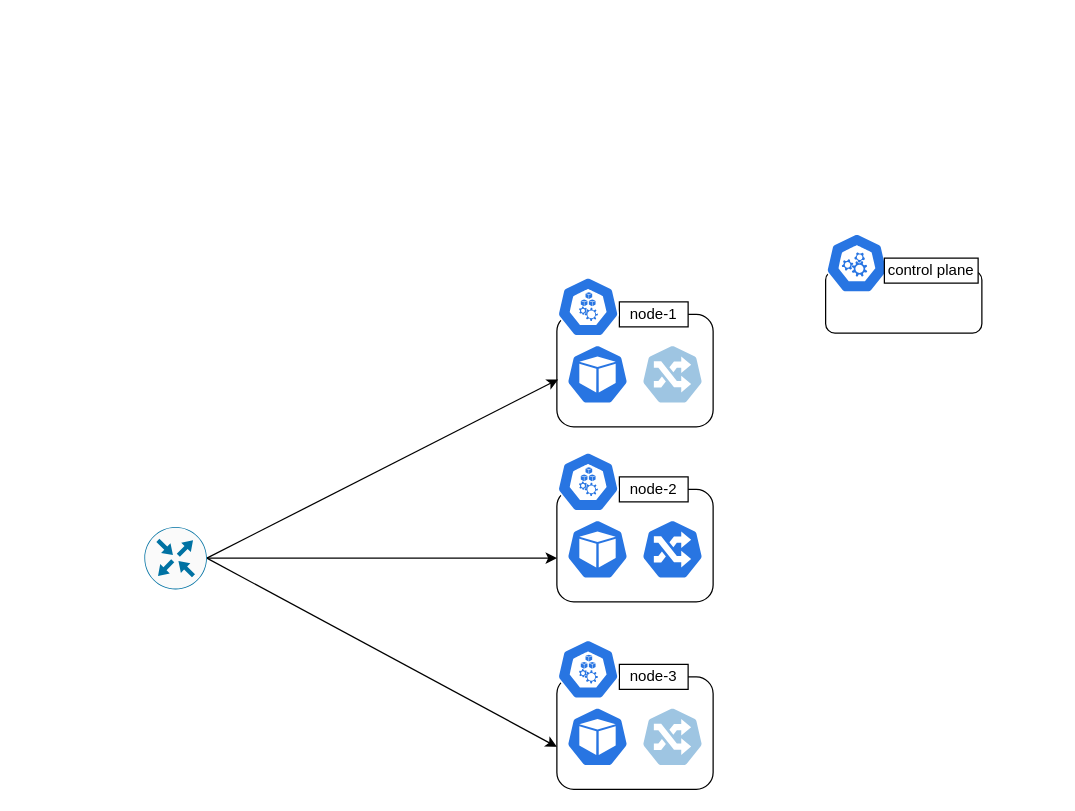
Before: draw.io/MetalLB.drawio in roy-n-roy/roy-n-roy.github.io, a draw.io diagram. Source tidied: cells renumbered, new cells numbered last; positions are measured from the earlier drawing's top-left corner, leaving out a move shared by most shapes. Both pictures are drawn from the tidied source at 125%, with x=0, y=0 at pixel (144, 232). Pictures stored in the file or linked from it are replaced by grey dashed boxes.
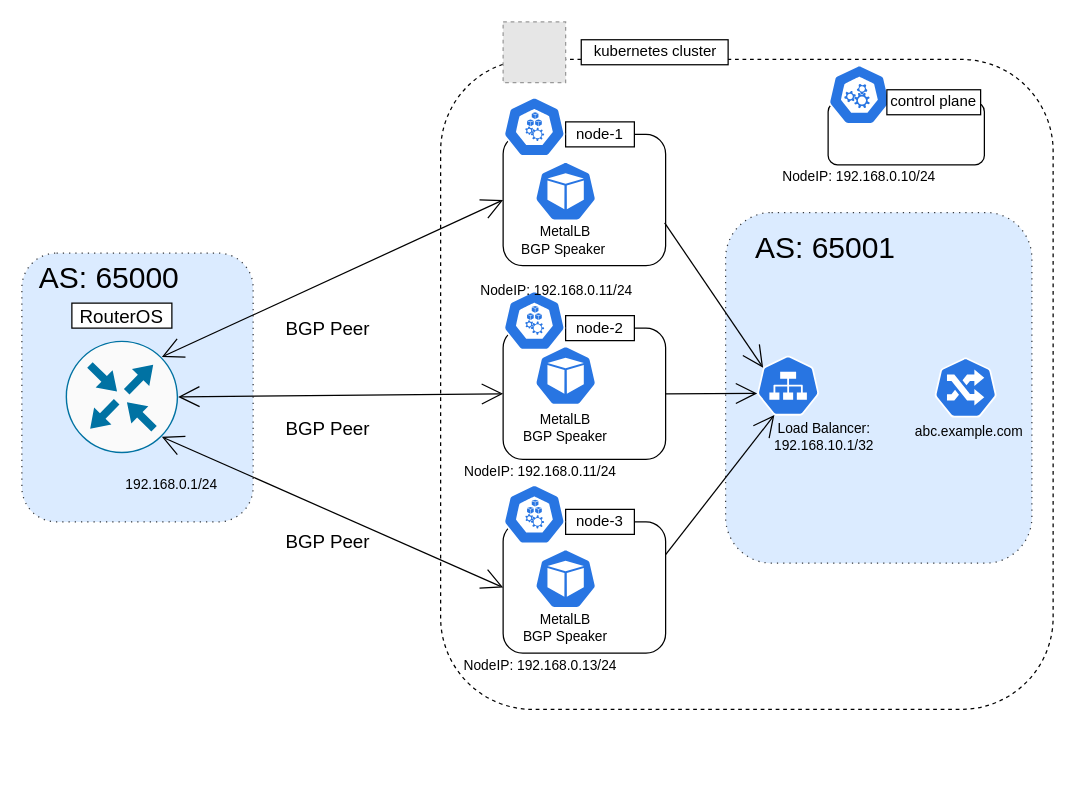
The same page after the edit.

The edit, as a diff of the source:
```diff
@@
+    <mxCell id="24" style="rounded=1;whiteSpace=wrap;html=1;fontSize=15;fillColor=none;dashed=1;" parent="1" vertex="1">
+      <mxGeometry x="237" y="-139" width="490" height="520" as="geometry" />
+    </mxCell>
+    <mxCell id="25" style="rounded=1;whiteSpace=wrap;html=1;strokeColor=#36393d;fillColor=#DBEBFF;fontSize=11;dashed=1;dashPattern=1 4;" parent="1" vertex="1">
+      <mxGeometry x="465" y="-16.5" width="245" height="280.5" as="geometry" />
+    </mxCell>
+    <mxCell id="26" style="rounded=1;whiteSpace=wrap;html=1;strokeColor=#36393d;fillColor=#DBEBFF;fontSize=11;dashed=1;dashPattern=1 4;" parent="1" vertex="1">
+      <mxGeometry x="-98" y="16" width="185" height="215" as="geometry" />
+    </mxCell>
+    <mxCell id="15" style="rounded=1;whiteSpace=wrap;html=1;fillColor=none;" parent="1" vertex="1">
+      <mxGeometry x="287" y="231" width="130" height="105" as="geometry" />
+    </mxCell>
+    <mxCell id="10" style="rounded=1;whiteSpace=wrap;html=1;fillColor=none;" parent="1" vertex="1">
+      <mxGeometry x="287" y="76" width="130" height="105" as="geometry" />
+    </mxCell>
     <mxCell id="2" style="rounded=1;whiteSpace=wrap;html=1;fillColor=none;" parent="1" vertex="1">
-      <mxGeometry x="330" y="65" width="125" height="90" as="geometry" />
+      <mxGeometry x="287" y="-79" width="130" height="105" as="geometry" />
     </mxCell>
     <mxCell id="3" style="rounded=1;whiteSpace=wrap;html=1;fillColor=none;" parent="1" vertex="1">
-      <mxGeometry x="545" y="30" width="125" height="50" as="geometry" />
+      <mxGeometry x="547" y="-104.7" width="125" height="50" as="geometry" />
     </mxCell>
-    <mxCell id="4" style="html=1;dashed=0;whitespace=wrap;fillColor=#9EC5E2;strokeColor=#ffffff;shape=mxgraph.kubernetes.icon;prIcon=ing;" parent="1" vertex="1">
-      <mxGeometry x="397.5" y="89" width="50" height="48" as="geometry" />
-    </mxCell>
     <mxCell id="5" style="html=1;dashed=0;whitespace=wrap;fillColor=#2875E2;strokeColor=#ffffff;shape=mxgraph.kubernetes.icon;prIcon=master;" parent="1" vertex="1">
-      <mxGeometry x="545" width="50" height="48" as="geometry" />
+      <mxGeometry x="547" y="-134.7" width="50" height="48" as="geometry" />
     </mxCell>
     <mxCell id="6" value="control plane" style="rounded=0;whiteSpace=wrap;html=1;fillColor=#FFFFFF;" parent="1" vertex="1">
-      <mxGeometry x="592" y="20" width="75" height="20" as="geometry" />
+      <mxGeometry x="594" y="-114.7" width="75" height="20" as="geometry" />
     </mxCell>
     <mxCell id="7" value="node-1" style="rounded=0;whiteSpace=wrap;html=1;fillColor=#FFFFFF;" parent="1" vertex="1">
-      <mxGeometry x="380" y="55" width="55" height="20" as="geometry" />
+      <mxGeometry x="337" y="-89" width="55" height="20" as="geometry" />
     </mxCell>
     <mxCell id="8" style="html=1;dashed=0;whitespace=wrap;fillColor=#2875E2;strokeColor=#ffffff;shape=mxgraph.kubernetes.icon;prIcon=node;" parent="1" vertex="1">
-      <mxGeometry x="330" y="35" width="50" height="48" as="geometry" />
+      <mxGeometry x="287" y="-109" width="50" height="48" as="geometry" />
     </mxCell>
     <mxCell id="9" style="html=1;dashed=0;whitespace=wrap;fillColor=#2875E2;strokeColor=#ffffff;shape=mxgraph.kubernetes.icon;prIcon=pod;" parent="1" vertex="1">
-      <mxGeometry x="337.5" y="89" width="50" height="48" as="geometry" />
+      <mxGeometry x="312" y="-57.5" width="50" height="48" as="geometry" />
     </mxCell>
-    <mxCell id="10" style="rounded=1;whiteSpace=wrap;html=1;fillColor=none;" parent="1" vertex="1">
-      <mxGeometry x="330" y="205" width="125" height="90" as="geometry" />
-    </mxCell>
     <mxCell id="11" style="html=1;dashed=0;whitespace=wrap;fillColor=#2875E2;strokeColor=#ffffff;shape=mxgraph.kubernetes.icon;prIcon=ing;" parent="1" vertex="1">
-      <mxGeometry x="397.5" y="229" width="50" height="48" as="geometry" />
+      <mxGeometry x="632" y="99.5" width="50" height="48" as="geometry" />
     </mxCell>
     <mxCell id="12" value="node-2" style="rounded=0;whiteSpace=wrap;html=1;fillColor=#FFFFFF;" parent="1" vertex="1">
-      <mxGeometry x="380" y="195" width="55" height="20" as="geometry" />
+      <mxGeometry x="337" y="66" width="55" height="20" as="geometry" />
     </mxCell>
     <mxCell id="13" style="html=1;dashed=0;whitespace=wrap;fillColor=#2875E2;strokeColor=#ffffff;shape=mxgraph.kubernetes.icon;prIcon=node;" parent="1" vertex="1">
-      <mxGeometry x="330" y="175" width="50" height="48" as="geometry" />
+      <mxGeometry x="287" y="46" width="50" height="48" as="geometry" />
     </mxCell>
     <mxCell id="14" style="html=1;dashed=0;whitespace=wrap;fillColor=#2875E2;strokeColor=#ffffff;shape=mxgraph.kubernetes.icon;prIcon=pod;" parent="1" vertex="1">
-      <mxGeometry x="337.5" y="229" width="50" height="48" as="geometry" />
+      <mxGeometry x="312" y="90" width="50" height="48" as="geometry" />
     </mxCell>
-    <mxCell id="15" style="rounded=1;whiteSpace=wrap;html=1;fillColor=none;" parent="1" vertex="1">
-      <mxGeometry x="330" y="355" width="125" height="90" as="geometry" />
-    </mxCell>
-    <mxCell id="16" style="html=1;dashed=0;whitespace=wrap;fillColor=#9EC5E2;strokeColor=#ffffff;shape=mxgraph.kubernetes.icon;prIcon=ing;" parent="1" vertex="1">
-      <mxGeometry x="397.5" y="379" width="50" height="48" as="geometry" />
-    </mxCell>
     <mxCell id="17" value="node-3" style="rounded=0;whiteSpace=wrap;html=1;fillColor=#FFFFFF;" parent="1" vertex="1">
-      <mxGeometry x="380" y="345" width="55" height="20" as="geometry" />
+      <mxGeometry x="337" y="221" width="55" height="20" as="geometry" />
     </mxCell>
     <mxCell id="18" style="html=1;dashed=0;whitespace=wrap;fillColor=#2875E2;strokeColor=#ffffff;shape=mxgraph.kubernetes.icon;prIcon=node;" parent="1" vertex="1">
-      <mxGeometry x="330" y="325" width="50" height="48" as="geometry" />
+      <mxGeometry x="287" y="201" width="50" height="48" as="geometry" />
     </mxCell>
     <mxCell id="19" style="html=1;dashed=0;whitespace=wrap;fillColor=#2875E2;strokeColor=#ffffff;shape=mxgraph.kubernetes.icon;prIcon=pod;" parent="1" vertex="1">
-      <mxGeometry x="337.5" y="379" width="50" height="48" as="geometry" />
+      <mxGeometry x="312" y="252.5" width="50" height="48" as="geometry" />
     </mxCell>
-    <mxCell id="20" style="rounded=0;jettySize=auto;html=1;exitX=1;exitY=0.5;exitDx=0;exitDy=0;exitPerimeter=0;entryX=0.008;entryY=0.578;entryDx=0;entryDy=0;entryPerimeter=0;" parent="1" edge="1" source="23" target="2">
+    <mxCell id="20" style="rounded=0;jettySize=auto;html=1;exitX=0.8555;exitY=0.145;exitDx=0;exitDy=0;exitPerimeter=0;startArrow=open;startFill=0;endArrow=open;endFill=0;endSize=15;startSize=15;entryX=0;entryY=0.5;entryDx=0;entryDy=0;" parent="1" edge="1" source="23" target="2">
       <mxGeometry relative="1" as="geometry" />
     </mxCell>
-    <mxCell id="21" style="rounded=0;jettySize=auto;html=1;exitX=1;exitY=0.5;exitDx=0;exitDy=0;exitPerimeter=0;entryX=0;entryY=0.611;entryDx=0;entryDy=0;entryPerimeter=0;" parent="1" edge="1" source="23" target="10">
+    <mxCell id="21" style="rounded=0;jettySize=auto;html=1;exitX=1;exitY=0.5;exitDx=0;exitDy=0;exitPerimeter=0;entryX=0;entryY=0.5;entryDx=0;entryDy=0;startArrow=open;startFill=0;endArrow=open;endFill=0;endSize=15;startSize=15;" parent="1" edge="1" source="23" target="10">
       <mxGeometry relative="1" as="geometry" />
     </mxCell>
-    <mxCell id="22" style="rounded=0;jettySize=auto;html=1;exitX=1;exitY=0.5;exitDx=0;exitDy=0;exitPerimeter=0;entryX=0;entryY=0.622;entryDx=0;entryDy=0;entryPerimeter=0;" parent="1" edge="1" source="23" target="15">
+    <mxCell id="22" style="rounded=0;jettySize=auto;html=1;exitX=0.855;exitY=0.8555;exitDx=0;exitDy=0;exitPerimeter=0;entryX=0;entryY=0.5;entryDx=0;entryDy=0;startArrow=open;startFill=0;endArrow=open;endFill=0;endSize=15;startSize=15;" parent="1" edge="1" source="23" target="15">
       <mxGeometry relative="1" as="geometry" />
     </mxCell>
     <mxCell id="23" style="points=[[0.5,0,0],[1,0.5,0],[0.5,1,0],[0,0.5,0],[0.145,0.145,0],[0.8555,0.145,0],[0.855,0.8555,0],[0.145,0.855,0]];verticalLabelPosition=bottom;html=1;verticalAlign=top;align=center;shape=mxgraph.cisco19.rect;prIcon=router;fillColor=#FAFAFA;strokeColor=#0072A3;" parent="1" vertex="1">
-      <mxGeometry y="235" width="50" height="50" as="geometry" />
+      <mxGeometry x="-63" y="86" width="90" height="90" as="geometry" />
     </mxCell>
+    <mxCell id="27" value="BGP Peer" style="text;html=1;strokeColor=none;fillColor=none;align=center;verticalAlign=middle;whiteSpace=wrap;rounded=0;fontSize=15;" parent="1" vertex="1">
+      <mxGeometry x="107" y="146" width="80" height="20" as="geometry" />
+    </mxCell>
+    <mxCell id="28" value="BGP Peer" style="text;html=1;strokeColor=none;fillColor=none;align=center;verticalAlign=middle;whiteSpace=wrap;rounded=0;fontSize=15;" parent="1" vertex="1">
+      <mxGeometry x="107" y="236" width="80" height="20" as="geometry" />
+    </mxCell>
+    <mxCell id="29" value="BGP Peer" style="text;html=1;strokeColor=none;fillColor=none;align=center;verticalAlign=middle;whiteSpace=wrap;rounded=0;fontSize=15;" parent="1" vertex="1">
+      <mxGeometry x="107" y="66" width="80" height="20" as="geometry" />
+    </mxCell>
+    <mxCell id="30" style="fillColor=#E6E6E6;strokeColor=#999999;dashed=1;verticalLabelPosition=bottom;verticalAlign=top;fontSize=15;" parent="1" vertex="1">
+      <mxGeometry x="287" y="-169" width="50" height="48.6" as="geometry" />
+    </mxCell>
+    <mxCell id="31" value="kubernetes cluster" style="rounded=0;whiteSpace=wrap;html=1;fillColor=#FFFFFF;" parent="1" vertex="1">
+      <mxGeometry x="349.5" y="-154.7" width="117.5" height="20" as="geometry" />
+    </mxCell>
+    <mxCell id="32" value="RouterOS" style="text;html=1;strokeColor=#000000;fillColor=#ffffff;align=center;verticalAlign=middle;whiteSpace=wrap;rounded=0;fontSize=15;" parent="1" vertex="1">
+      <mxGeometry x="-58" y="56" width="80" height="20" as="geometry" />
+    </mxCell>
+    <mxCell id="33" value="192.168.0.1/24" style="text;html=1;strokeColor=none;fillColor=none;align=center;verticalAlign=middle;whiteSpace=wrap;rounded=0;fontSize=11;" parent="1" vertex="1">
+      <mxGeometry x="-13" y="191" width="70" height="20" as="geometry" />
+    </mxCell>
+    <mxCell id="34" value="abc.example.com" style="text;html=1;strokeColor=none;fillColor=none;align=center;verticalAlign=middle;whiteSpace=wrap;rounded=0;fontSize=11;" parent="1" vertex="1">
+      <mxGeometry x="610" y="151" width="100" height="15" as="geometry" />
+    </mxCell>
+    <mxCell id="35" style="html=1;dashed=0;whitespace=wrap;fillColor=#2875E2;strokeColor=#ffffff;points=[[0.005,0.63,0],[0.1,0.2,0],[0.9,0.2,0],[0.5,0,0],[0.995,0.63,0],[0.72,0.99,0],[0.5,1,0],[0.28,0.99,0]];shape=mxgraph.kubernetes.icon;prIcon=svc;fontSize=11;" parent="1" vertex="1">
+      <mxGeometry x="490" y="98" width="50" height="48" as="geometry" />
+    </mxCell>
+    <mxCell id="36" value="NodeIP: 192.168.0.11/24" style="text;html=1;strokeColor=none;fillColor=none;align=center;verticalAlign=middle;whiteSpace=wrap;rounded=0;fontSize=11;" parent="1" vertex="1">
+      <mxGeometry x="242" y="181" width="150" height="20" as="geometry" />
+    </mxCell>
+    <mxCell id="37" value="NodeIP: 192.168.0.13/24" style="text;html=1;strokeColor=none;fillColor=none;align=center;verticalAlign=middle;whiteSpace=wrap;rounded=0;fontSize=11;" parent="1" vertex="1">
+      <mxGeometry x="242" y="336" width="150" height="20" as="geometry" />
+    </mxCell>
+    <mxCell id="38" value="NodeIP: 192.168.0.10/24" style="text;html=1;strokeColor=none;fillColor=none;align=center;verticalAlign=middle;whiteSpace=wrap;rounded=0;fontSize=11;" parent="1" vertex="1">
+      <mxGeometry x="497" y="-54.7" width="150" height="20" as="geometry" />
+    </mxCell>
+    <mxCell id="39" value="MetalLB&lt;br&gt;BGP Speaker" style="text;html=1;strokeColor=none;fillColor=none;align=center;verticalAlign=middle;whiteSpace=wrap;rounded=0;fontSize=11;" parent="1" vertex="1">
+      <mxGeometry x="297" y="141" width="80" height="30" as="geometry" />
+    </mxCell>
+    <mxCell id="40" value="MetalLB&lt;br&gt;BGP&amp;nbsp;Speaker&amp;nbsp;" style="text;html=1;strokeColor=none;fillColor=none;align=center;verticalAlign=middle;whiteSpace=wrap;rounded=0;fontSize=11;" parent="1" vertex="1">
+      <mxGeometry x="297" y="-9.5" width="80" height="30" as="geometry" />
+    </mxCell>
+    <mxCell id="41" value="MetalLB&lt;br&gt;BGP&amp;nbsp;Speaker" style="text;html=1;strokeColor=none;fillColor=none;align=center;verticalAlign=middle;whiteSpace=wrap;rounded=0;fontSize=11;" parent="1" vertex="1">
+      <mxGeometry x="297" y="300.5" width="80" height="30" as="geometry" />
+    </mxCell>
+    <mxCell id="42" value="AS: 65000" style="text;html=1;strokeColor=none;fillColor=none;align=center;verticalAlign=middle;whiteSpace=wrap;rounded=0;fontSize=24;" parent="1" vertex="1">
+      <mxGeometry x="-93" y="16.2" width="130" height="39.5" as="geometry" />
+    </mxCell>
+    <mxCell id="43" value="AS: 65001" style="text;html=1;strokeColor=none;fillColor=none;align=center;verticalAlign=middle;whiteSpace=wrap;rounded=0;fontSize=24;" parent="1" vertex="1">
+      <mxGeometry x="480" y="-7.3" width="130" height="39.5" as="geometry" />
+    </mxCell>
+    <mxCell id="44" value="NodeIP: 192.168.0.11/24" style="text;html=1;strokeColor=none;fillColor=none;align=center;verticalAlign=middle;whiteSpace=wrap;rounded=0;fontSize=11;" parent="1" vertex="1">
+      <mxGeometry x="254.5" y="36" width="150" height="20" as="geometry" />
+    </mxCell>
+    <mxCell id="45" value="Load Balancer:&lt;br&gt;192.168.10.1/32" style="text;html=1;strokeColor=none;fillColor=none;align=center;verticalAlign=middle;whiteSpace=wrap;rounded=0;fontSize=11;" parent="1" vertex="1">
+      <mxGeometry x="494" y="150" width="100" height="25" as="geometry" />
+    </mxCell>
+    <mxCell id="46" style="rounded=0;jettySize=auto;html=1;exitX=0.994;exitY=0.674;exitDx=0;exitDy=0;exitPerimeter=0;entryX=0.1;entryY=0.2;entryDx=0;entryDy=0;startArrow=none;startFill=0;endArrow=open;endFill=0;endSize=15;startSize=15;entryPerimeter=0;" parent="1" edge="1" source="2" target="35">
+      <mxGeometry relative="1" as="geometry" />
+    </mxCell>
+    <mxCell id="47" style="rounded=0;jettySize=auto;html=1;exitX=1;exitY=0.5;exitDx=0;exitDy=0;startArrow=none;startFill=0;endArrow=open;endFill=0;endSize=15;startSize=15;entryX=0.005;entryY=0.63;entryDx=0;entryDy=0;entryPerimeter=0;" parent="1" edge="1" source="10" target="35">
+      <mxGeometry relative="1" as="geometry" />
+    </mxCell>
+    <mxCell id="48" style="rounded=0;jettySize=auto;html=1;exitX=1;exitY=0.25;exitDx=0;exitDy=0;startArrow=none;startFill=0;endArrow=open;endFill=0;endSize=15;startSize=15;entryX=0.28;entryY=0.99;entryDx=0;entryDy=0;entryPerimeter=0;" parent="1" edge="1" source="15" target="35">
+      <mxGeometry relative="1" as="geometry" />
+    </mxCell>
```
